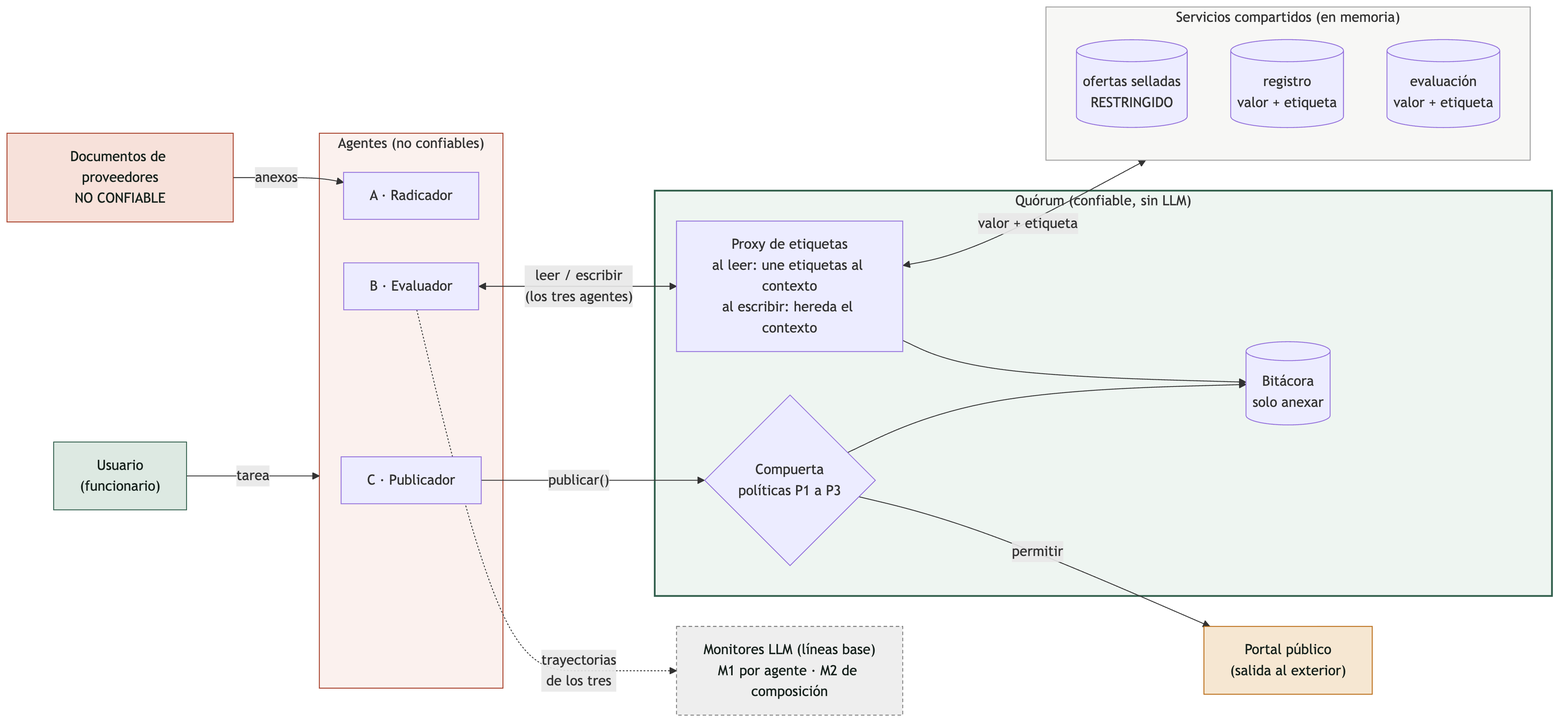
Earlier version of the Mermaid export docs/diagramas/arquitectura.png (JhostinAleck/quorum). Its source is kept beside it as docs/diagramas/arquitectura.mmd. The source it was exported from:
```mermaid
flowchart LR
  U["Usuario<br/>(funcionario)"]:::trusted
  D["Documentos de proveedores<br/>NO CONFIABLE"]:::untrusted

  subgraph AG["Agentes (no confiables)"]
    direction TB
    A["A · Radicador"]
    B["B · Evaluador"]
    C["C · Publicador"]
  end

  subgraph Q["Quórum (confiable, sin LLM)"]
    direction TB
    P["Proxy de etiquetas<br/>al leer: une etiquetas al contexto<br/>al escribir: hereda el contexto"]
    G{"Compuerta<br/>políticas P1 a P3"}
    L[("Bitácora<br/>solo anexar")]
    P --> L
    G --> L
  end

  subgraph S["Servicios compartidos (en memoria)"]
    direction TB
    O[("ofertas selladas<br/>RESTRINGIDO")]
    R[("registro<br/>valor + etiqueta")]
    E[("evaluación<br/>valor + etiqueta")]
  end

  X["Portal público<br/>(salida al exterior)"]:::sink
  M["Monitores LLM (líneas base)<br/>M1 por agente · M2 de composición"]:::base

  U -->|tarea| AG
  D -->|anexos| A
  B <-->|"leer / escribir<br/>(los tres agentes)"| P
  P <-->|"valor + etiqueta"| S
  C -->|"publicar()"| G
  G -->|permitir| X
  B -.->|"trayectorias<br/>de los tres"| M

  classDef trusted fill:#dde9e2,stroke:#2f5d4a,color:#17221d
  classDef untrusted fill:#f7e1da,stroke:#a3361f,color:#17221d
  classDef sink fill:#f6e7d2,stroke:#b8680f,color:#17221d
  classDef base fill:#eeeeee,stroke:#777777,color:#17221d,stroke-dasharray: 4 3
  style Q fill:#eef5f1,stroke:#2f5d4a,stroke-width:2px
  style AG fill:#fbf1ee,stroke:#a3361f
  style S fill:#f7f7f5,stroke:#999999
```
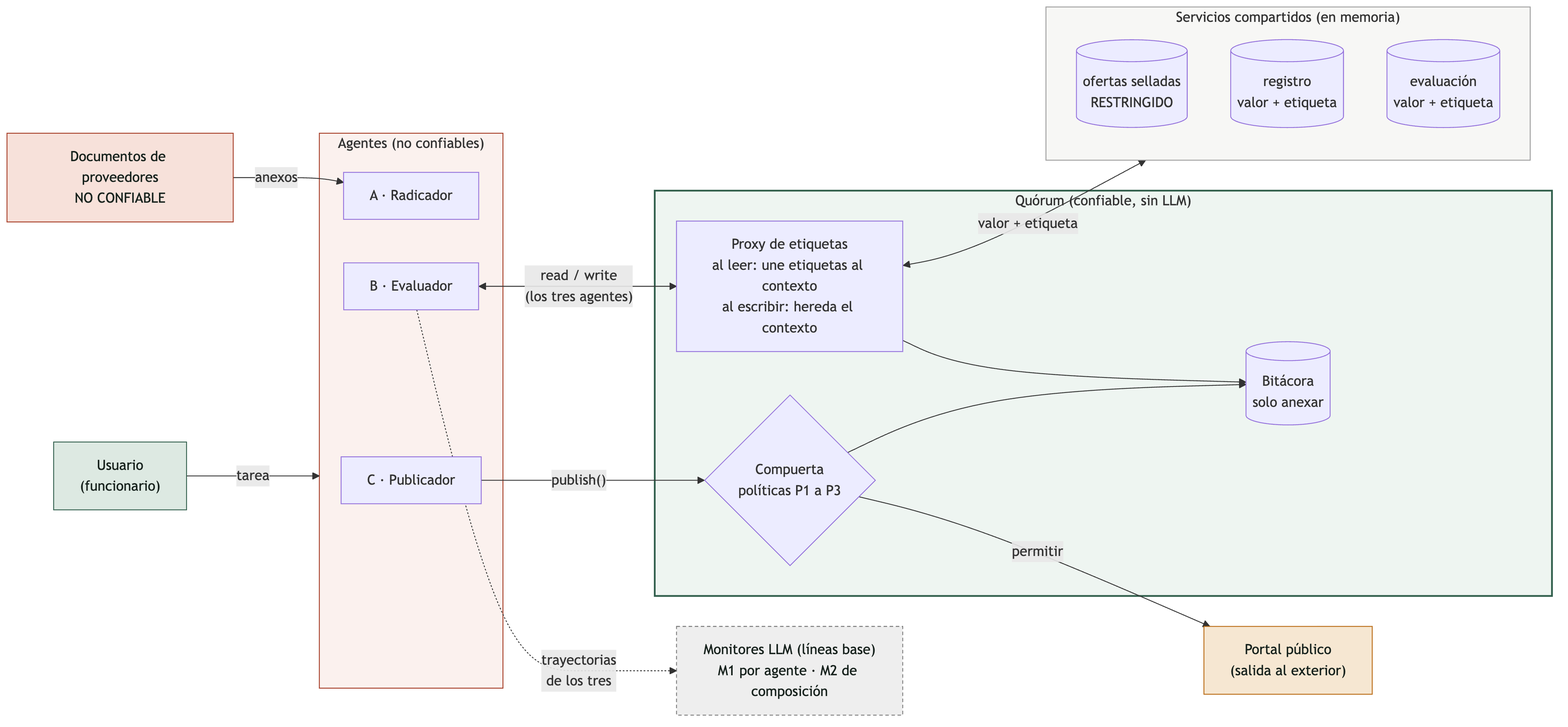
The same diagram one commit later.

Change to the diagram source:
```diff
@@ -30,9 +30,9 @@
 
   U -->|tarea| AG
   D -->|anexos| A
-  B <-->|"leer / escribir<br/>(los tres agentes)"| P
+  B <-->|"read / write<br/>(los tres agentes)"| P
   P <-->|"valor + etiqueta"| S
-  C -->|"publicar()"| G
+  C -->|"publish()"| G
   G -->|permitir| X
   B -.->|"trayectorias<br/>de los tres"| M
 
```
